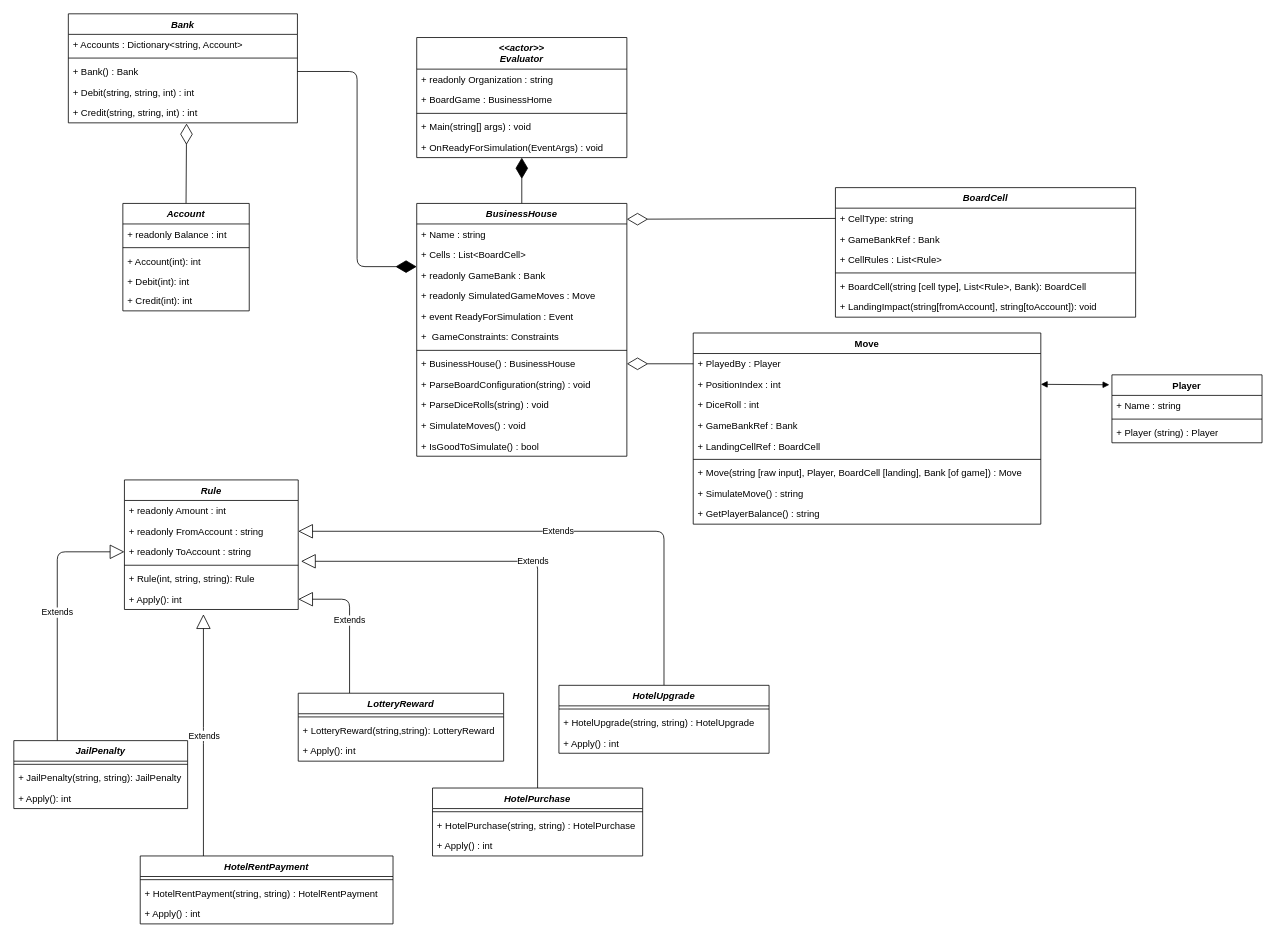
Before: design/boardgame-logicalview.drawio in ksivasenthil/boardgame, a draw.io diagram. Source tidied: cells renumbered, new cells numbered last; positions are measured from the earlier drawing's top-left corner, leaving out a move shared by most shapes. Both pictures are drawn from the tidied source at 79%, with x=0, y=0 at pixel (13, 13).
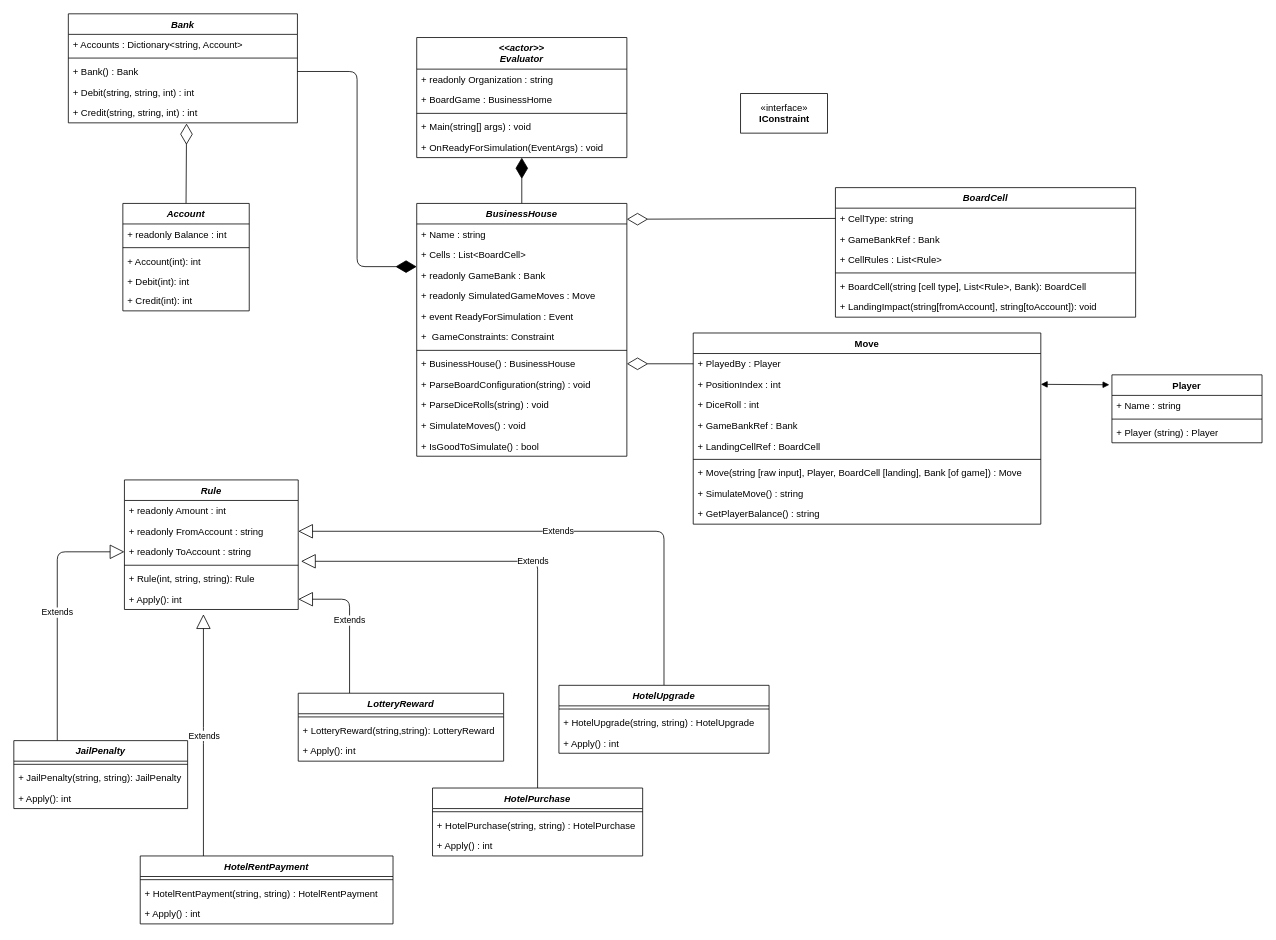
Above is the later version.

Unchanged cells that the change refers to:
```xml
<mxCell id="9" value="BusinessHouse" style="swimlane;fontStyle=3;align=center;verticalAlign=top;horizontal=1;startSize=26;rounded=0;shadow=0;strokeWidth=1;" parent="1" vertex="1">
  <mxGeometry x="510" y="240" width="266" height="320" as="geometry" />
</mxCell>
```

What changed in the source:
```diff
@@
-    <mxCell id="15" value="+  GameConstraints: Constraints" style="text;align=left;verticalAlign=top;spacingLeft=4;spacingRight=4;overflow=hidden;rounded=0;shadow=0;html=0;" parent="9" vertex="1">
+    <mxCell id="15" value="+  GameConstraints: Constraint" style="text;align=left;verticalAlign=top;spacingLeft=4;spacingRight=4;overflow=hidden;rounded=0;shadow=0;html=0;" parent="9" vertex="1">
       <mxGeometry y="156" width="266" height="26" as="geometry" />
     </mxCell>
@@
+    <mxCell id="92" value="«interface»&lt;br&gt;&lt;b&gt;IConstraint&lt;/b&gt;" style="html=1;" parent="1" vertex="1">
+      <mxGeometry x="920" y="101" width="110" height="50" as="geometry" />
+    </mxCell>
```
